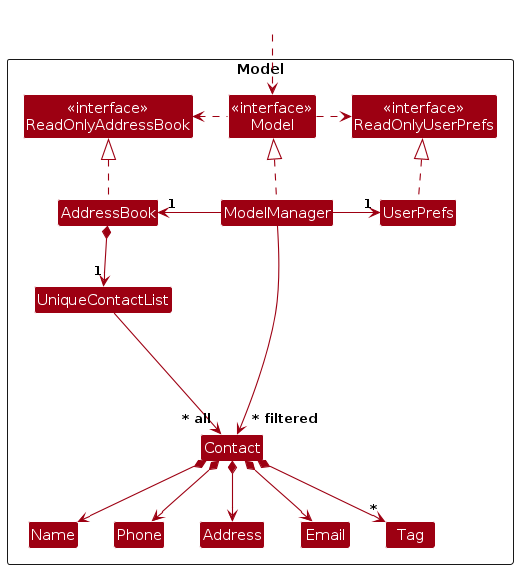
Above: diagrams/ModelClassDiagram.png in deltaMinor/tp (PlantUML), before the change. Its source is kept beside it as diagrams/ModelClassDiagram.puml.
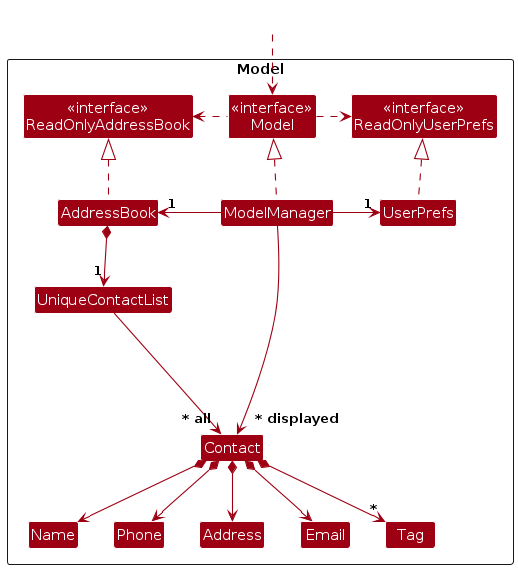
After the commit.

Diff of the diagram source:
```diff
@@ -50,5 +50,5 @@
 Phone -[hidden]right-> Address
 Address -[hidden]right-> Email
 
-ModelManager --> "~* filtered" Contact
+ModelManager --> "~* displayed" Contact
 @enduml
```
